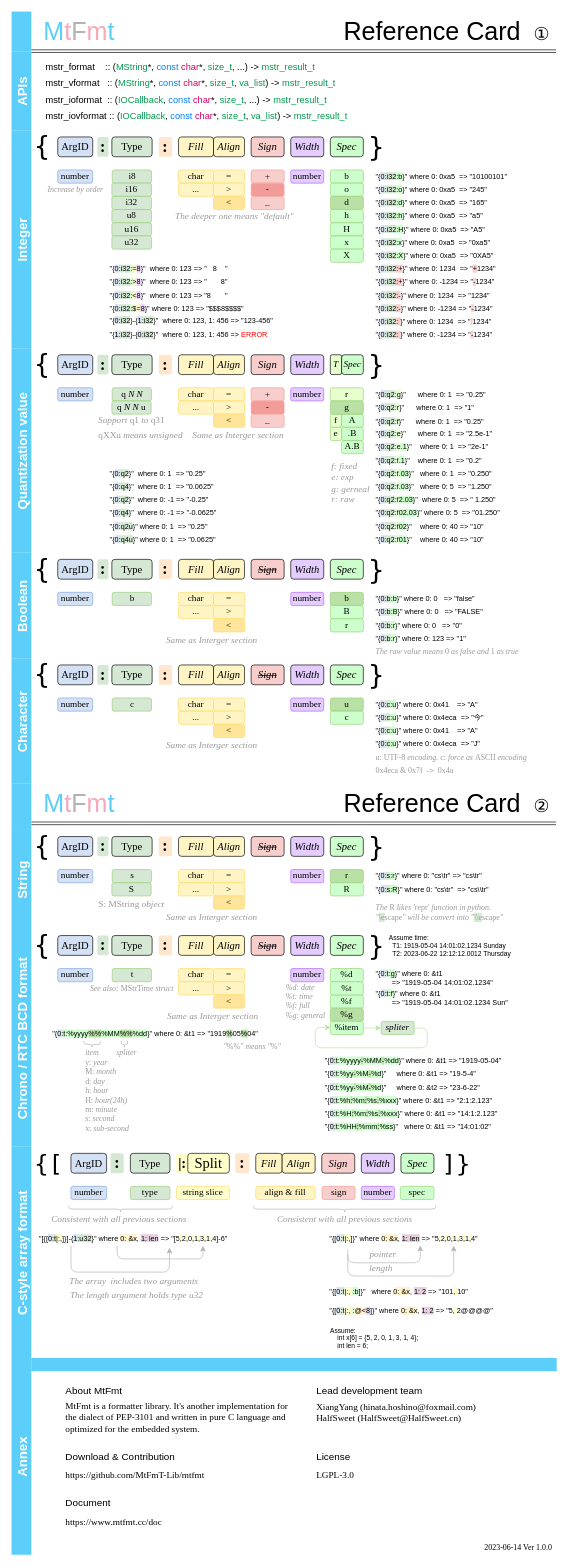
The draw.io diagram refcard.drawio in MtFmT-Lib/mtfmt, before the edit. Source tidied: cells renumbered, new cells numbered last; positions are measured from the earlier drawing's top-left corner, leaving out a move shared by most shapes. Both pictures are drawn from the tidied source at 66%, with x=0, y=0 at pixel (11, 11).
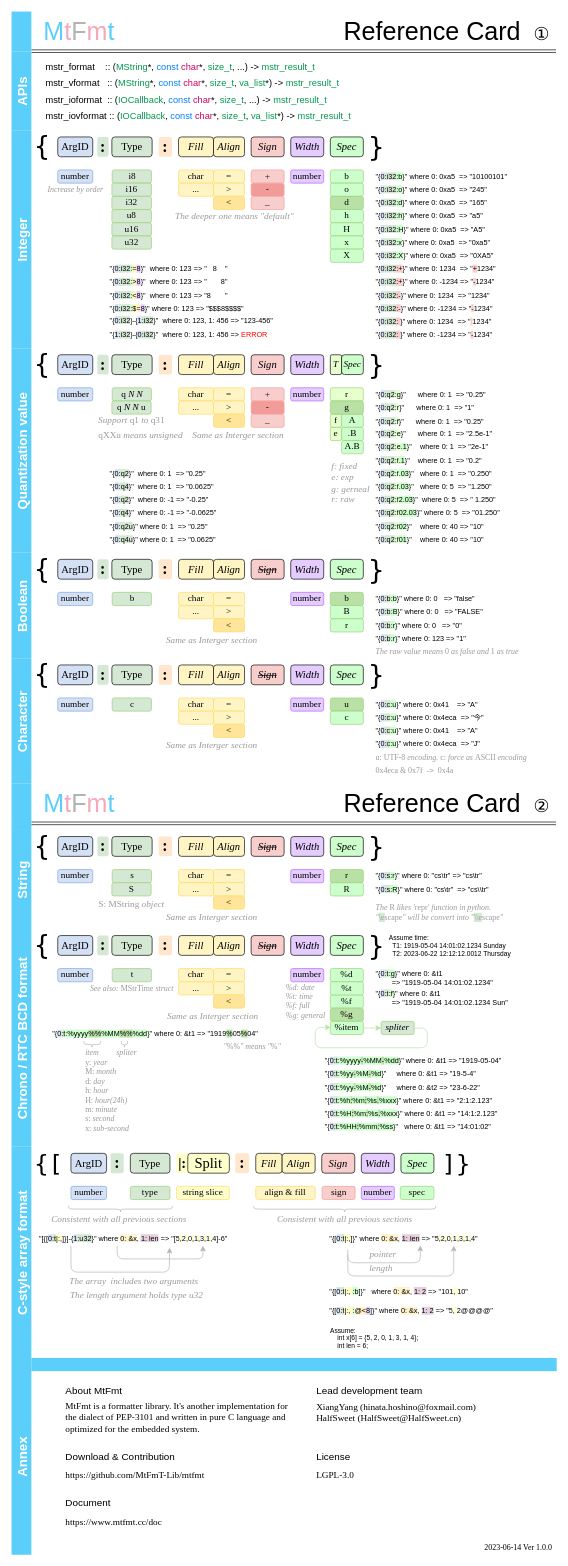
Above is the later version.

The change refers to these unchanged cells:
```xml
<mxCell id="5" value="APIs" style="swimlane;horizontal=0;labelBackgroundColor=none;fontFamily=Yu Gothic UI Semibold;fontSize=20;fontColor=#FFFFFF;strokeColor=none;fillColor=#5BCEFA;swimlaneFillColor=none;startSize=30;" parent="1" vertex="1">
  <mxGeometry y="60" width="810" height="120" as="geometry" />
</mxCell>
```

The edit, as a diff of the source:
```diff
@@
-    <mxCell id="7" value="&lt;font face=&quot;Cascadia Code&quot; style=&quot;font-size: 14px;&quot;&gt;mstr_vformat&amp;nbsp; &amp;nbsp;:: (&lt;font color=&quot;#00994d&quot;&gt;MString&lt;/font&gt;&lt;/font&gt;&lt;span style=&quot;font-family: &amp;quot;Cascadia Code&amp;quot;;&quot;&gt;*&lt;/span&gt;&lt;font face=&quot;Cascadia Code&quot; style=&quot;font-size: 14px;&quot;&gt;, &lt;font color=&quot;#007fff&quot;&gt;const&lt;/font&gt; &lt;font color=&quot;#cc0066&quot;&gt;char&lt;/font&gt;*, &lt;font color=&quot;#00994d&quot;&gt;size_t&lt;/font&gt;, &lt;font color=&quot;#00994d&quot;&gt;va_list&lt;/font&gt;) -&amp;gt; &lt;font color=&quot;#00994d&quot;&gt;mstr_result_t&lt;/font&gt;&amp;nbsp;&lt;/font&gt;" style="text;html=1;strokeColor=none;fillColor=none;align=left;verticalAlign=middle;whiteSpace=wrap;rounded=0;labelBackgroundColor=none;fontFamily=Times New Roman;fontSize=14;fontColor=#000000;" parent="5" vertex="1">
+    <mxCell id="7" value="&lt;font face=&quot;Cascadia Code&quot; style=&quot;font-size: 14px;&quot;&gt;mstr_vformat&amp;nbsp; &amp;nbsp;:: (&lt;font color=&quot;#00994d&quot;&gt;MString&lt;/font&gt;&lt;/font&gt;&lt;span style=&quot;font-family: &amp;quot;Cascadia Code&amp;quot;;&quot;&gt;*&lt;/span&gt;&lt;font face=&quot;Cascadia Code&quot; style=&quot;font-size: 14px;&quot;&gt;, &lt;font color=&quot;#007fff&quot;&gt;const&lt;/font&gt; &lt;font color=&quot;#cc0066&quot;&gt;char&lt;/font&gt;*, &lt;font color=&quot;#00994d&quot;&gt;size_t&lt;/font&gt;, &lt;font color=&quot;#00994d&quot;&gt;va_list&lt;/font&gt;*) -&amp;gt; &lt;font color=&quot;#00994d&quot;&gt;mstr_result_t&lt;/font&gt;&amp;nbsp;&lt;/font&gt;" style="text;html=1;strokeColor=none;fillColor=none;align=left;verticalAlign=middle;whiteSpace=wrap;rounded=0;labelBackgroundColor=none;fontFamily=Times New Roman;fontSize=14;fontColor=#000000;" parent="5" vertex="1">
       <mxGeometry x="50" y="36" width="740" height="25" as="geometry" />
     </mxCell>
@@
-    <mxCell id="9" value="&lt;font face=&quot;Cascadia Code&quot; style=&quot;font-size: 14px;&quot;&gt;mstr_iovformat :: (&lt;/font&gt;&lt;span style=&quot;color: rgb(0, 153, 77); font-family: &amp;quot;Cascadia Code&amp;quot;;&quot;&gt;IOCallback&lt;/span&gt;&lt;font face=&quot;Cascadia Code&quot; style=&quot;font-size: 14px;&quot;&gt;, &lt;font color=&quot;#007fff&quot;&gt;const&lt;/font&gt; &lt;font color=&quot;#cc0066&quot;&gt;char&lt;/font&gt;*, &lt;font color=&quot;#00994d&quot;&gt;size_t&lt;/font&gt;,&amp;nbsp;&lt;/font&gt;&lt;span style=&quot;color: rgb(0, 153, 77); font-family: &amp;quot;Cascadia Code&amp;quot;;&quot;&gt;va_list&lt;/span&gt;&lt;font face=&quot;Cascadia Code&quot; style=&quot;font-size: 14px;&quot;&gt;) -&amp;gt; &lt;font color=&quot;#00994d&quot;&gt;mstr_result_t&lt;/font&gt;&amp;nbsp;&lt;/font&gt;" style="text;html=1;strokeColor=none;fillColor=none;align=left;verticalAlign=middle;whiteSpace=wrap;rounded=0;labelBackgroundColor=none;fontFamily=Times New Roman;fontSize=14;fontColor=#000000;" parent="5" vertex="1">
+    <mxCell id="9" value="&lt;font face=&quot;Cascadia Code&quot; style=&quot;font-size: 14px;&quot;&gt;mstr_iovformat :: (&lt;/font&gt;&lt;span style=&quot;color: rgb(0, 153, 77); font-family: &amp;quot;Cascadia Code&amp;quot;;&quot;&gt;IOCallback&lt;/span&gt;&lt;font face=&quot;Cascadia Code&quot; style=&quot;font-size: 14px;&quot;&gt;, &lt;font color=&quot;#007fff&quot;&gt;const&lt;/font&gt; &lt;font color=&quot;#cc0066&quot;&gt;char&lt;/font&gt;*, &lt;font color=&quot;#00994d&quot;&gt;size_t&lt;/font&gt;,&amp;nbsp;&lt;/font&gt;&lt;span style=&quot;color: rgb(0, 153, 77); font-family: &amp;quot;Cascadia Code&amp;quot;;&quot;&gt;va_list&lt;/span&gt;&lt;span style=&quot;font-family: &amp;quot;Cascadia Code&amp;quot;;&quot;&gt;*&lt;/span&gt;&lt;font face=&quot;Cascadia Code&quot; style=&quot;font-size: 14px;&quot;&gt;) -&amp;gt; &lt;font color=&quot;#00994d&quot;&gt;mstr_result_t&lt;/font&gt;&amp;nbsp;&lt;/font&gt;" style="text;html=1;strokeColor=none;fillColor=none;align=left;verticalAlign=middle;whiteSpace=wrap;rounded=0;labelBackgroundColor=none;fontFamily=Times New Roman;fontSize=14;fontColor=#000000;" parent="5" vertex="1">
       <mxGeometry x="50" y="86" width="736" height="25" as="geometry" />
     </mxCell>
```
